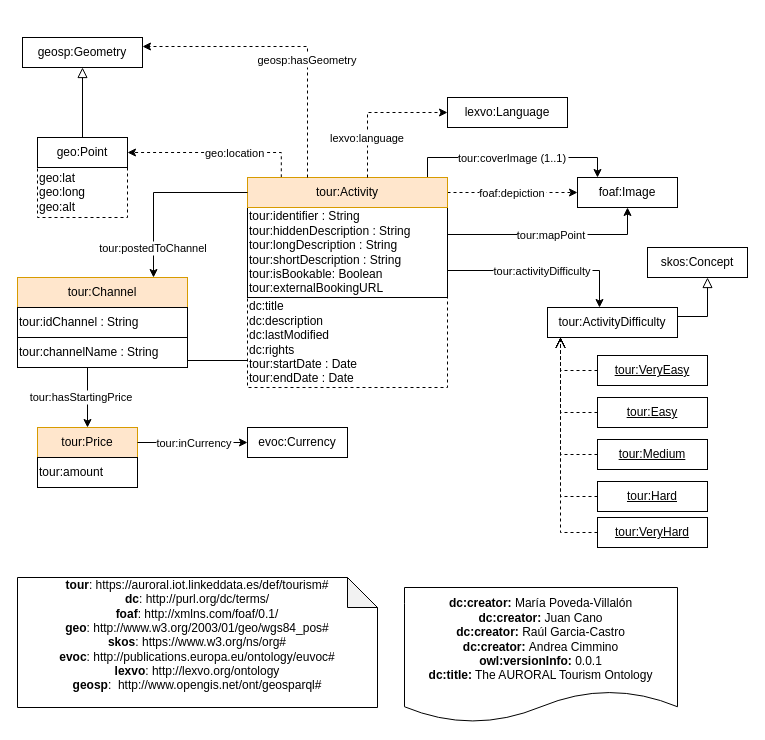
This is diagrams/tourism.drawio from oeg-upm/auroral-tourism-ontology, a draw.io file, before an edit. Source tidied: cells renumbered, new cells numbered last; positions are measured from the earlier drawing's top-left corner, leaving out a move shared by most shapes. Both pictures are drawn from the tidied source at 100%, with x=0, y=0 at pixel (17, 37).
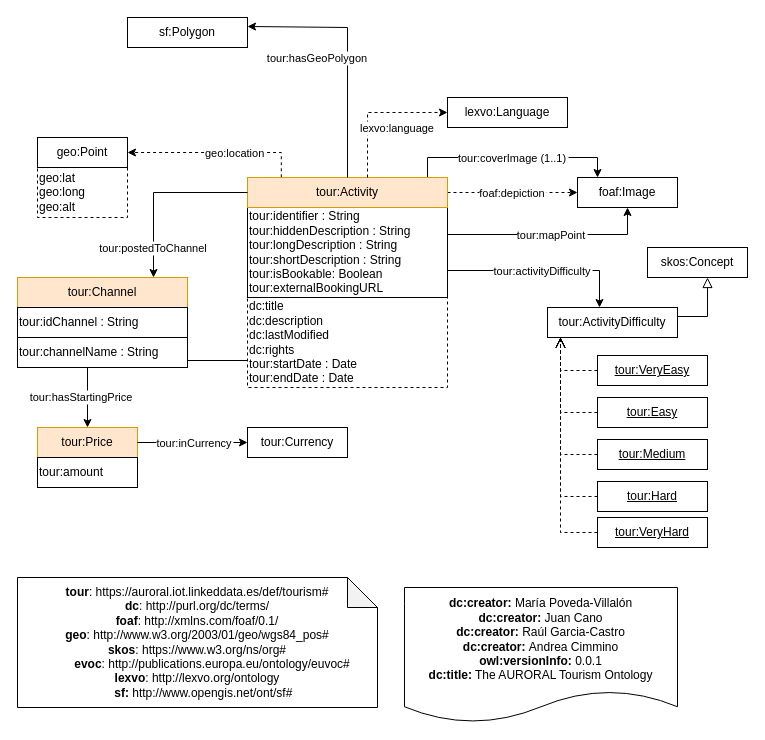
After the change.

The change refers to these unchanged cells:
```xml
<mxCell id="6" value="lexvo:Language" style="rounded=0;whiteSpace=wrap;html=1;snapToPoint=1;points=[[0.1,0],[0.2,0],[0.3,0],[0.4,0],[0.5,0],[0.6,0],[0.7,0],[0.8,0],[0.9,0],[0,0.1],[0,0.3],[0,0.5],[0,0.7],[0,0.9],[0.1,1],[0.2,1],[0.3,1],[0.4,1],[0.5,1],[0.6,1],[0.7,1],[0.8,1],[0.9,1],[1,0.1],[1,0.3],[1,0.5],[1,0.7],[1,0.9]];" parent="1" vertex="1">
  <mxGeometry x="430" y="60" width="120" height="30" as="geometry" />
</mxCell>
<mxCell id="15" value="tour:Activity" style="rounded=0;whiteSpace=wrap;html=1;snapToPoint=1;points=[[0.1,0],[0.2,0],[0.3,0],[0.4,0],[0.5,0],[0.6,0],[0.7,0],[0.8,0],[0.9,0],[0,0.1],[0,0.3],[0,0.5],[0,0.7],[0,0.9],[0.1,1],[0.2,1],[0.3,1],[0.4,1],[0.5,1],[0.6,1],[0.7,1],[0.8,1],[0.9,1],[1,0.1],[1,0.3],[1,0.5],[1,0.7],[1,0.9]];fillColor=#ffe6cc;strokeColor=#d79b00;shadow=0;" parent="1" vertex="1">
  <mxGeometry x="230" y="140" width="200" height="30" as="geometry" />
</mxCell>
<mxCell id="16" value="geo:Point" style="rounded=0;whiteSpace=wrap;html=1;snapToPoint=1;points=[[0.1,0],[0.2,0],[0.3,0],[0.4,0],[0.5,0],[0.6,0],[0.7,0],[0.8,0],[0.9,0],[0,0.1],[0,0.3],[0,0.5],[0,0.7],[0,0.9],[0.1,1],[0.2,1],[0.3,1],[0.4,1],[0.5,1],[0.6,1],[0.7,1],[0.8,1],[0.9,1],[1,0.1],[1,0.3],[1,0.5],[1,0.7],[1,0.9]];" parent="1" vertex="1">
  <mxGeometry x="20" y="100" width="90" height="30" as="geometry" />
</mxCell>
```

The edit, as a diff of the source:
```diff
@@
-    <mxCell id="3" value="&lt;div&gt;&lt;b&gt;tour&lt;/b&gt;&lt;span&gt;:&amp;nbsp;https://auroral.iot.linkeddata.es/def/tourism#&lt;/span&gt;&lt;br&gt;&lt;/div&gt;&lt;div&gt;&lt;b&gt;dc&lt;/b&gt;: http://purl.org/dc/terms/&lt;br style=&quot;padding: 0px ; margin: 0px&quot;&gt;&lt;b&gt;foaf&lt;/b&gt;:&amp;nbsp;http://xmlns.com/foaf/0.1/&lt;br style=&quot;padding: 0px ; margin: 0px&quot;&gt;&lt;b&gt;geo&lt;/b&gt;: http://www.w3.org/2003/01/geo/wgs84_pos#&lt;br style=&quot;padding: 0px ; margin: 0px&quot;&gt;&lt;b&gt;skos&lt;/b&gt;:&amp;nbsp;https://www.w3.org/ns/org#&lt;/div&gt;&lt;div&gt;&lt;b&gt;evoc&lt;/b&gt;: http://publications.europa.eu/ontology/euvoc#&lt;br&gt;&lt;/div&gt;&lt;b&gt;lexvo&lt;/b&gt;:&amp;nbsp;http://lexvo.org/ontology&lt;br&gt;&lt;b&gt;geosp&lt;/b&gt;:&amp;nbsp; http://www.opengis.net/ont/geosparql#&lt;br&gt;&lt;div&gt;&amp;nbsp;&lt;/div&gt;" style="shape=note;whiteSpace=wrap;html=1;backgroundOutline=1;darkOpacity=0.05;" parent="1" vertex="1">
+    <mxCell id="3" value="&lt;div&gt;&lt;b&gt;tour&lt;/b&gt;&lt;span&gt;:&amp;nbsp;https://auroral.iot.linkeddata.es/def/tourism#&lt;/span&gt;&lt;br&gt;&lt;/div&gt;&lt;div&gt;&lt;b&gt;dc&lt;/b&gt;: http://purl.org/dc/terms/&lt;br style=&quot;padding: 0px ; margin: 0px&quot;&gt;&lt;b&gt;foaf&lt;/b&gt;:&amp;nbsp;http://xmlns.com/foaf/0.1/&lt;br style=&quot;padding: 0px ; margin: 0px&quot;&gt;&lt;b&gt;geo&lt;/b&gt;: http://www.w3.org/2003/01/geo/wgs84_pos#&lt;br style=&quot;padding: 0px ; margin: 0px&quot;&gt;&lt;b&gt;skos&lt;/b&gt;:&amp;nbsp;https://www.w3.org/ns/org#&lt;/div&gt;&lt;div&gt;&lt;b&gt;&amp;nbsp; &amp;nbsp; &amp;nbsp; &amp;nbsp; &amp;nbsp;evoc&lt;/b&gt;: http://publications.europa.eu/ontology/euvoc#&lt;/div&gt;&lt;b&gt;lexvo&lt;/b&gt;:&amp;nbsp;http://lexvo.org/ontology&lt;br&gt;&lt;div style=&quot;text-align: left;&quot;&gt;&lt;b style=&quot;background-color: initial;&quot;&gt;&amp;nbsp; &amp;nbsp; &amp;nbsp; &amp;nbsp; &amp;nbsp; &amp;nbsp; &amp;nbsp; &amp;nbsp; &amp;nbsp; &amp;nbsp; &amp;nbsp;sf:&amp;nbsp;&lt;/b&gt;&lt;span style=&quot;background-color: initial;&quot;&gt;http://www.opengis.net/ont/sf#&lt;/span&gt;&lt;/div&gt;" style="shape=note;whiteSpace=wrap;html=1;backgroundOutline=1;darkOpacity=0.05;" parent="1" vertex="1">
       <mxGeometry y="540" width="360" height="130" as="geometry" />
     </mxCell>
@@
     <mxCell id="20" value="lexvo:language" style="edgeStyle=orthogonalEdgeStyle;rounded=0;jettySize=auto;endArrow=classic;endFill=1;entryX=0;entryY=0.5;entryDx=0;entryDy=0;dashed=1;exitX=0.6;exitY=0;exitDx=0;exitDy=0;" parent="1" edge="1" source="15" target="6">
-      <mxGeometry x="-0.45" relative="1" as="geometry" />
+      <mxGeometry x="0.31" y="-15" relative="1" as="geometry" />
     </mxCell>
@@
-    <mxCell id="25" value="evoc:Currency" style="rounded=0;whiteSpace=wrap;html=1;snapToPoint=1;points=[[0.1,0],[0.2,0],[0.3,0],[0.4,0],[0.5,0],[0.6,0],[0.7,0],[0.8,0],[0.9,0],[0,0.1],[0,0.3],[0,0.5],[0,0.7],[0,0.9],[0.1,1],[0.2,1],[0.3,1],[0.4,1],[0.5,1],[0.6,1],[0.7,1],[0.8,1],[0.9,1],[1,0.1],[1,0.3],[1,0.5],[1,0.7],[1,0.9]];shadow=0;" parent="1" vertex="1">
+    <mxCell id="25" value="tour:Currency" style="rounded=0;whiteSpace=wrap;html=1;snapToPoint=1;points=[[0.1,0],[0.2,0],[0.3,0],[0.4,0],[0.5,0],[0.6,0],[0.7,0],[0.8,0],[0.9,0],[0,0.1],[0,0.3],[0,0.5],[0,0.7],[0,0.9],[0.1,1],[0.2,1],[0.3,1],[0.4,1],[0.5,1],[0.6,1],[0.7,1],[0.8,1],[0.9,1],[1,0.1],[1,0.3],[1,0.5],[1,0.7],[1,0.9]];shadow=0;" parent="1" vertex="1">
       <mxGeometry x="230" y="390" width="100" height="30" as="geometry" />
     </mxCell>
@@
-    <mxCell id="39" value="geosp:Geometry" style="rounded=0;whiteSpace=wrap;html=1;snapToPoint=1;points=[[0.1,0],[0.2,0],[0.3,0],[0.4,0],[0.5,0],[0.6,0],[0.7,0],[0.8,0],[0.9,0],[0,0.1],[0,0.3],[0,0.5],[0,0.7],[0,0.9],[0.1,1],[0.2,1],[0.3,1],[0.4,1],[0.5,1],[0.6,1],[0.7,1],[0.8,1],[0.9,1],[1,0.1],[1,0.3],[1,0.5],[1,0.7],[1,0.9]];" parent="1" vertex="1">
-      <mxGeometry x="5" width="120" height="30" as="geometry" />
+    <mxCell id="39" value="sf:Polygon" style="rounded=0;whiteSpace=wrap;html=1;snapToPoint=1;points=[[0.1,0],[0.2,0],[0.3,0],[0.4,0],[0.5,0],[0.6,0],[0.7,0],[0.8,0],[0.9,0],[0,0.1],[0,0.3],[0,0.5],[0,0.7],[0,0.9],[0.1,1],[0.2,1],[0.3,1],[0.4,1],[0.5,1],[0.6,1],[0.7,1],[0.8,1],[0.9,1],[1,0.1],[1,0.3],[1,0.5],[1,0.7],[1,0.9]];" parent="1" vertex="1">
+      <mxGeometry x="110" y="-20" width="120" height="30" as="geometry" />
     </mxCell>
-    <mxCell id="40" style="endArrow=block;html=1;fontColor=#000099;exitX=0.5;exitY=0;exitDx=0;exitDy=0;endFill=0;endSize=8;arcSize=0;edgeStyle=orthogonalEdgeStyle;" parent="1" edge="1" source="16" target="39">
-      <mxGeometry relative="1" as="geometry" />
-    </mxCell>
-    <mxCell id="41" value="geosp:hasGeometry" style="edgeStyle=orthogonalEdgeStyle;rounded=0;jettySize=auto;endArrow=classic;endFill=1;entryX=1;entryY=0.3;entryDx=0;entryDy=0;dashed=1;exitX=0.3;exitY=0;exitDx=0;exitDy=0;" parent="1" edge="1" source="15" target="39">
-      <mxGeometry x="-0.2" relative="1" as="geometry" />
+    <mxCell id="41" value="tour:hasGeoPolygon" style="edgeStyle=orthogonalEdgeStyle;rounded=0;jettySize=auto;endArrow=classic;endFill=1;" parent="1" edge="1" source="15" target="39">
+      <mxGeometry x="-0.04" y="30" relative="1" as="geometry">
+        <Array as="points">
+          <mxPoint x="330" y="-10" />
+        </Array>
+      </mxGeometry>
     </mxCell>
```
